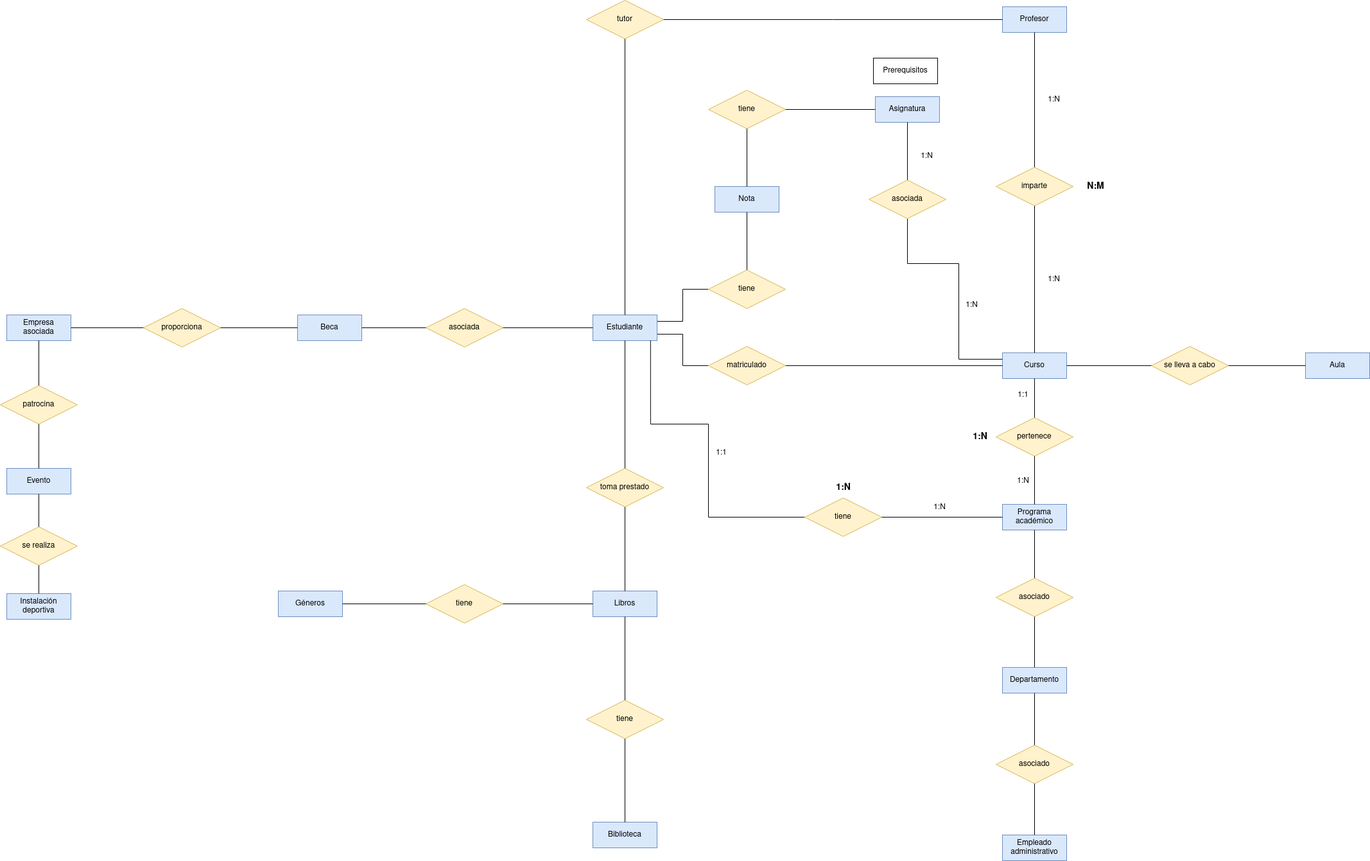
Earlier version of the draw.io export modelo-er/Modelo ER.drawio.png (RafaelMayor/proyectoBBDD). Source tidied: cells renumbered, new cells last; positions are measured from the earlier drawing's top-left corner, leaving out a move shared by most shapes.
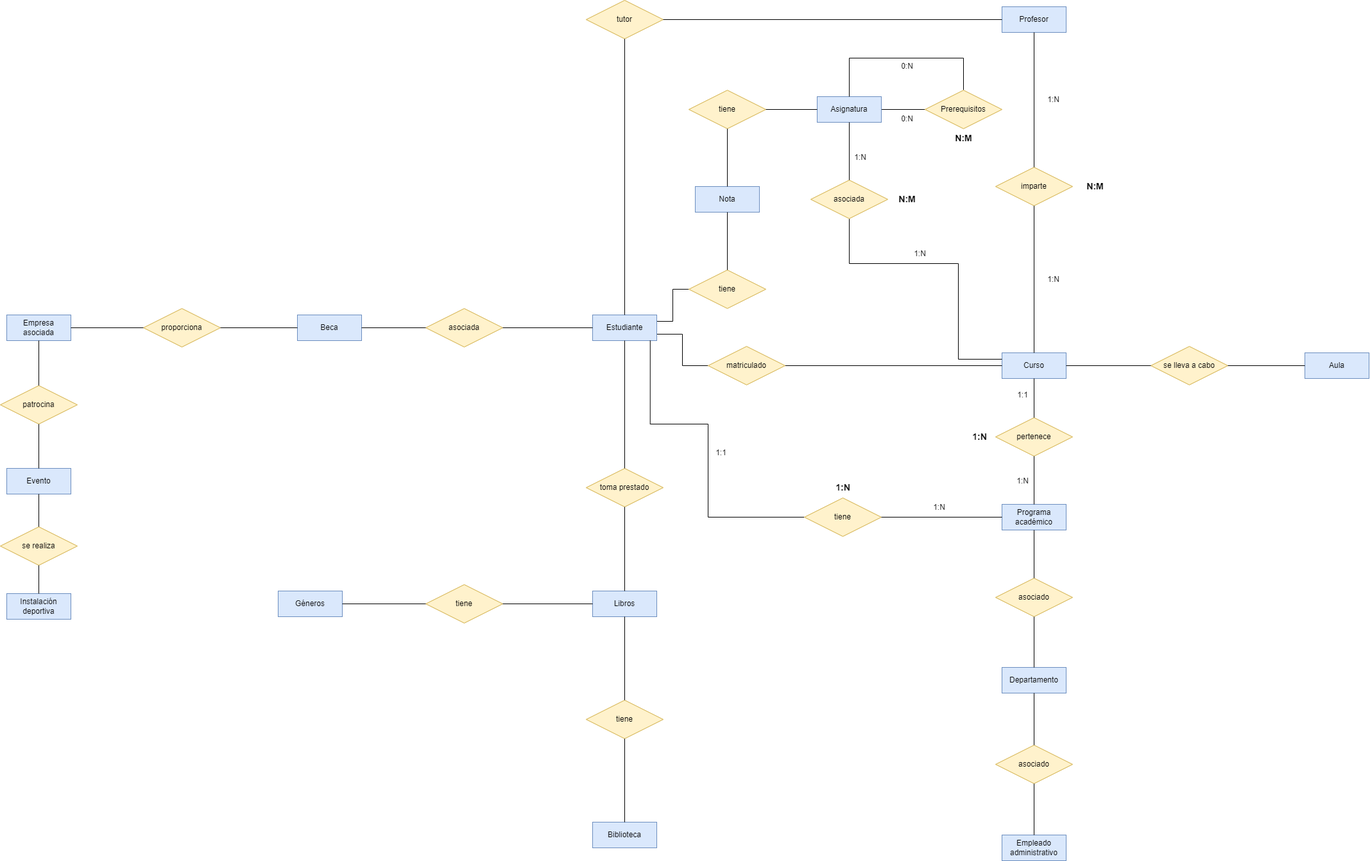
Above is the later version.

What changed in the source:
```diff
@@ -20,8 +20,11 @@
     <mxCell id="7" value="Curso" style="whiteSpace=wrap;html=1;align=center;fillColor=#dae8fc;strokeColor=#6c8ebf;" parent="1" vertex="1">
       <mxGeometry x="1561" y="549" width="100" height="40" as="geometry" />
     </mxCell>
+    <mxCell id="84" style="edgeStyle=orthogonalEdgeStyle;rounded=0;jettySize=auto;html=1;entryX=0;entryY=0.5;entryDx=0;entryDy=0;endArrow=none;endFill=0;" parent="1" edge="1" source="8" target="81">
+      <mxGeometry relative="1" as="geometry" />
+    </mxCell>
     <mxCell id="8" value="Asignatura" style="whiteSpace=wrap;html=1;align=center;fillColor=#dae8fc;strokeColor=#6c8ebf;" parent="1" vertex="1">
-      <mxGeometry x="1363" y="150" width="100" height="40" as="geometry" />
+      <mxGeometry x="1273" y="150" width="100" height="40" as="geometry" />
     </mxCell>
     <mxCell id="9" value="Aula" style="whiteSpace=wrap;html=1;align=center;fillColor=#dae8fc;strokeColor=#6c8ebf;" parent="1" vertex="1">
       <mxGeometry x="2033" y="549" width="100" height="40" as="geometry" />
@@ -30,7 +33,7 @@
       <mxGeometry x="1561" y="1039" width="100" height="40" as="geometry" />
     </mxCell>
     <mxCell id="11" value="Nota" style="whiteSpace=wrap;html=1;align=center;fillColor=#dae8fc;strokeColor=#6c8ebf;" parent="1" vertex="1">
-      <mxGeometry x="1113" y="290" width="100" height="40" as="geometry" />
+      <mxGeometry x="1083" y="290" width="100" height="40" as="geometry" />
     </mxCell>
     <mxCell id="12" value="Evento" style="whiteSpace=wrap;html=1;align=center;fillColor=#dae8fc;strokeColor=#6c8ebf;" parent="1" vertex="1">
       <mxGeometry x="10" y="729" width="100" height="40" as="geometry" />
@@ -56,17 +59,17 @@
     <mxCell id="19" value="imparte" style="shape=rhombus;perimeter=rhombusPerimeter;whiteSpace=wrap;html=1;align=center;fillColor=#fff2cc;strokeColor=#d6b656;" parent="1" vertex="1">
       <mxGeometry x="1551" y="260" width="120" height="60" as="geometry" />
     </mxCell>
-    <mxCell id="20" style="edgeStyle=orthogonalEdgeStyle;rounded=0;jettySize=auto;html=1;entryX=0;entryY=0.25;entryDx=0;entryDy=0;endArrow=none;endFill=0;" parent="1" edge="1" source="21" target="7">
+    <mxCell id="20" style="edgeStyle=orthogonalEdgeStyle;rounded=0;jettySize=auto;html=1;entryX=0;entryY=0.25;entryDx=0;entryDy=0;endArrow=none;endFill=0;exitX=0.5;exitY=1;exitDx=0;exitDy=0;" parent="1" edge="1" source="21" target="7">
       <mxGeometry relative="1" as="geometry">
         <Array as="points">
-          <mxPoint x="1413" y="410" />
+          <mxPoint x="1323" y="410" />
           <mxPoint x="1493" y="410" />
           <mxPoint x="1493" y="559" />
         </Array>
       </mxGeometry>
     </mxCell>
     <mxCell id="21" value="asociada" style="shape=rhombus;perimeter=rhombusPerimeter;whiteSpace=wrap;html=1;align=center;fillColor=#fff2cc;strokeColor=#d6b656;" parent="1" vertex="1">
-      <mxGeometry x="1353" y="280" width="120" height="60" as="geometry" />
+      <mxGeometry x="1263" y="280" width="120" height="60" as="geometry" />
     </mxCell>
     <mxCell id="22" value="se lleva a cabo" style="shape=rhombus;perimeter=rhombusPerimeter;whiteSpace=wrap;html=1;align=center;fillColor=#fff2cc;strokeColor=#d6b656;" parent="1" vertex="1">
       <mxGeometry x="1793" y="539" width="120" height="60" as="geometry" />
@@ -114,10 +117,10 @@
       <mxGeometry x="913" y="729" width="120" height="60" as="geometry" />
     </mxCell>
     <mxCell id="37" value="tiene" style="shape=rhombus;perimeter=rhombusPerimeter;whiteSpace=wrap;html=1;align=center;fillColor=#fff2cc;strokeColor=#d6b656;" parent="1" vertex="1">
-      <mxGeometry x="1103" y="140" width="120" height="60" as="geometry" />
+      <mxGeometry x="1073" y="140" width="120" height="60" as="geometry" />
     </mxCell>
     <mxCell id="38" value="tiene" style="shape=rhombus;perimeter=rhombusPerimeter;whiteSpace=wrap;html=1;align=center;fillColor=#fff2cc;strokeColor=#d6b656;" parent="1" vertex="1">
-      <mxGeometry x="1103" y="420" width="120" height="60" as="geometry" />
+      <mxGeometry x="1073" y="420" width="120" height="60" as="geometry" />
     </mxCell>
     <mxCell id="39" style="endArrow=none;html=1;rounded=0;entryX=0.5;entryY=1;entryDx=0;entryDy=0;exitX=0.5;exitY=0;exitDx=0;exitDy=0;" parent="1" edge="1" source="34" target="12">
       <mxGeometry relative="1" as="geometry" />
@@ -251,14 +254,34 @@
     <mxCell id="80" value="&lt;font style=&quot;font-size: 14px;&quot;&gt;&lt;b&gt;N:M&lt;/b&gt;&lt;/font&gt;" style="text;html=1;align=center;verticalAlign=middle;strokeColor=none;fillColor=none;" parent="1" vertex="1">
       <mxGeometry x="1681" y="275" width="50" height="30" as="geometry" />
     </mxCell>
-    <mxCell id="81" value="Prerequisitos" style="whiteSpace=wrap;html=1;align=center;" parent="1" vertex="1">
-      <mxGeometry x="1360" y="90" width="100" height="40" as="geometry" />
-    </mxCell>
     <mxCell id="82" value="1:N" style="text;html=1;align=center;verticalAlign=middle;strokeColor=none;fillColor=none;" parent="1" vertex="1">
-      <mxGeometry x="1423" y="228" width="40" height="30" as="geometry" />
+      <mxGeometry x="1320" y="230" width="40" height="30" as="geometry" />
     </mxCell>
     <mxCell id="83" value="1:N" style="text;html=1;align=center;verticalAlign=middle;strokeColor=none;fillColor=none;" parent="1" vertex="1">
-      <mxGeometry x="1493" y="460" width="40" height="30" as="geometry" />
+      <mxGeometry x="1413" y="380" width="40" height="30" as="geometry" />
     </mxCell>
+    <mxCell id="85" style="edgeStyle=orthogonalEdgeStyle;rounded=0;jettySize=auto;html=1;entryX=0.5;entryY=0;entryDx=0;entryDy=0;exitX=0.5;exitY=0;exitDx=0;exitDy=0;endArrow=none;endFill=0;" parent="1" edge="1" source="81" target="8">
+      <mxGeometry relative="1" as="geometry">
+        <Array as="points">
+          <mxPoint x="1501" y="90" />
+          <mxPoint x="1323" y="90" />
+        </Array>
+      </mxGeometry>
+    </mxCell>
+    <mxCell id="81" value="Prerequisitos" style="shape=rhombus;perimeter=rhombusPerimeter;whiteSpace=wrap;html=1;align=center;fillColor=#fff2cc;strokeColor=#d6b656;" parent="1" vertex="1">
+      <mxGeometry x="1441" y="140" width="120" height="60" as="geometry" />
+    </mxCell>
+    <mxCell id="86" value="0:N" style="text;html=1;align=center;verticalAlign=middle;strokeColor=none;fillColor=none;" parent="1" vertex="1">
+      <mxGeometry x="1393" y="170" width="40" height="30" as="geometry" />
+    </mxCell>
+    <mxCell id="87" value="0:N" style="text;html=1;align=center;verticalAlign=middle;strokeColor=none;fillColor=none;" parent="1" vertex="1">
+      <mxGeometry x="1393" y="88" width="40" height="30" as="geometry" />
+    </mxCell>
+    <mxCell id="88" value="&lt;b&gt;&lt;font style=&quot;font-size: 14px;&quot;&gt;N:M&lt;/font&gt;&lt;/b&gt;" style="text;html=1;align=center;verticalAlign=middle;strokeColor=none;fillColor=none;" parent="1" vertex="1">
+      <mxGeometry x="1476" y="200" width="50" height="30" as="geometry" />
+    </mxCell>
+    <mxCell id="89" value="&lt;b&gt;&lt;font style=&quot;font-size: 14px;&quot;&gt;N:M&lt;/font&gt;&lt;/b&gt;" style="text;html=1;align=center;verticalAlign=middle;strokeColor=none;fillColor=none;" parent="1" vertex="1">
+      <mxGeometry x="1388" y="295" width="50" height="30" as="geometry" />
+    </mxCell>
   </root>
 </mxGraphModel>
```
